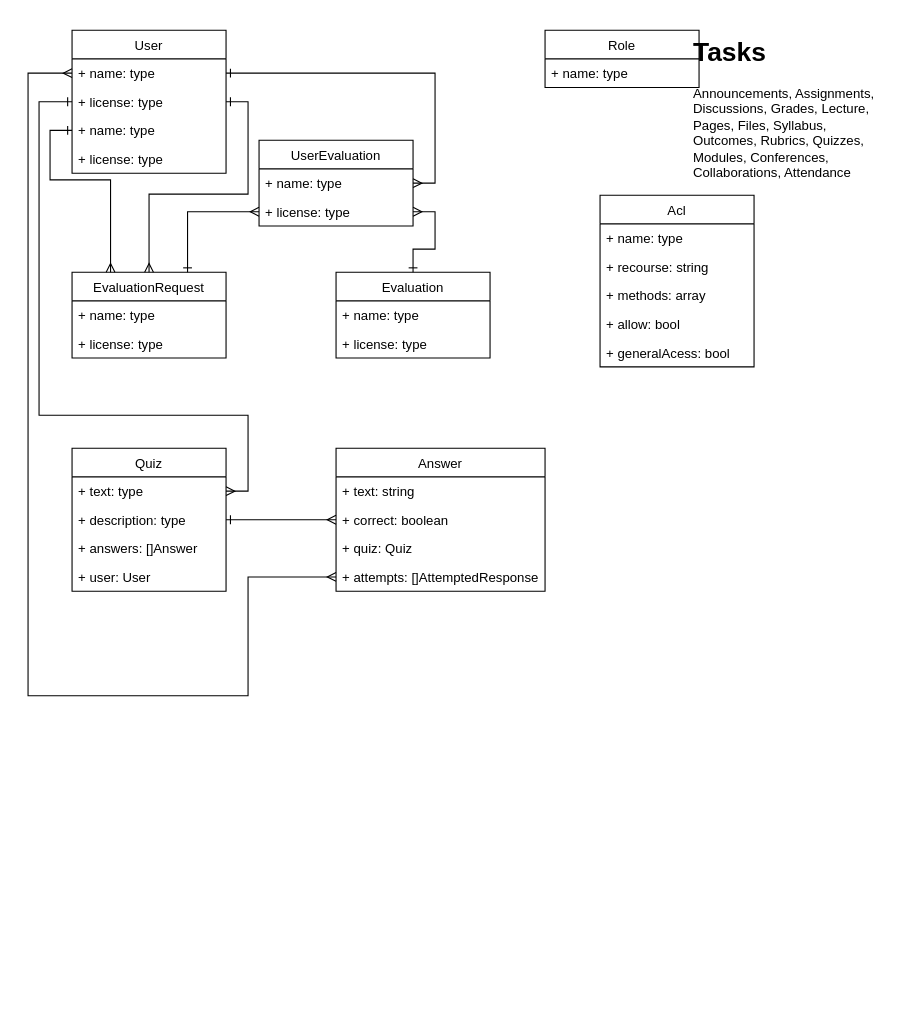
The draw.io diagram page "Modelo dados" (1 of 4) of data/diagram.drawio in Everest4-0/Everest4.0-server, before the edit. Source tidied: cells renumbered, new cells numbered last; positions are measured from the earlier drawing's top-left corner, leaving out a move shared by most shapes. Both pictures are drawn from the tidied source at 110%, with x=0, y=0 at pixel (28, 30).
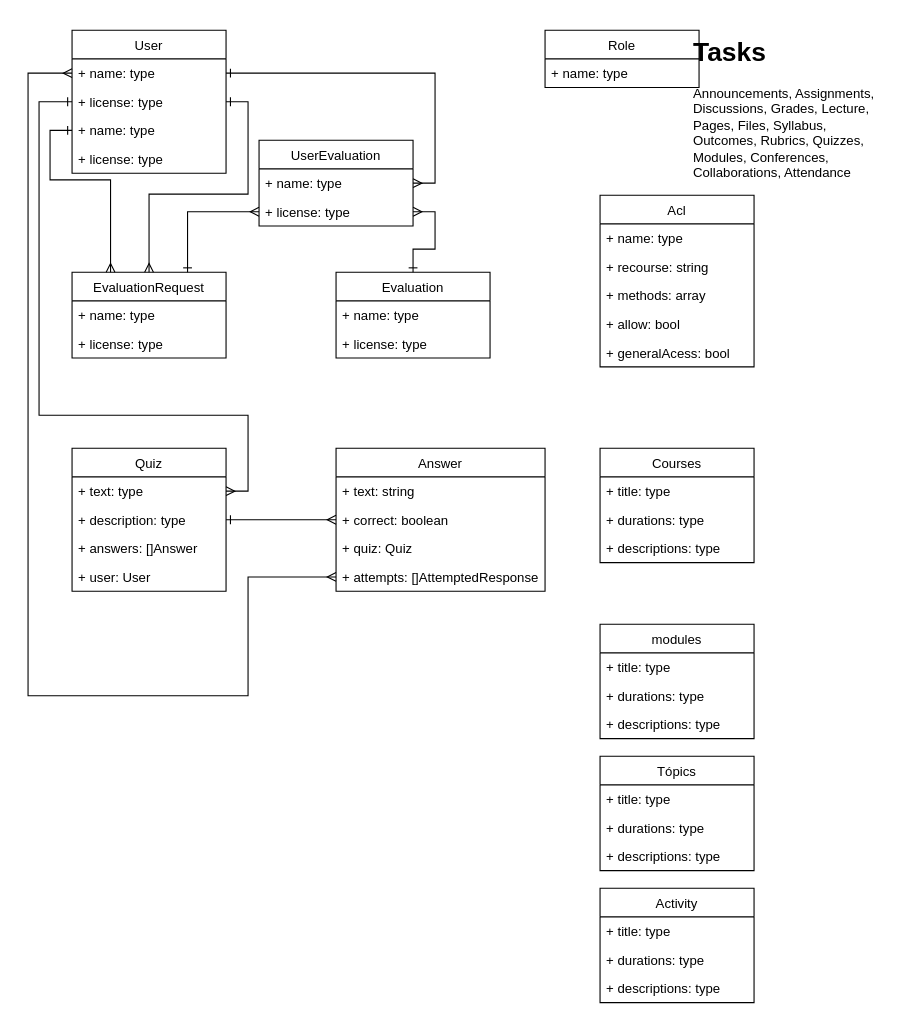
Above is the later version.

Diff of the diagram source:
```diff
@@
+    <mxCell id="43" value="Courses" style="swimlane;fontStyle=0;horizontal=1;startSize=26;fillColor=none;" parent="1" vertex="1">
+      <mxGeometry x="520" y="380" width="140" height="104" as="geometry" />
+    </mxCell>
+    <mxCell id="44" value="+ title: type" style="text;strokeColor=none;fillColor=none;align=left;verticalAlign=top;spacingLeft=4;spacingRight=4;overflow=hidden;" parent="43" vertex="1">
+      <mxGeometry y="26" width="140" height="26" as="geometry" />
+    </mxCell>
+    <mxCell id="45" value="+ durations: type" style="text;strokeColor=none;fillColor=none;align=left;verticalAlign=top;spacingLeft=4;spacingRight=4;overflow=hidden;" parent="43" vertex="1">
+      <mxGeometry y="52" width="140" height="26" as="geometry" />
+    </mxCell>
+    <mxCell id="46" value="+ descriptions: type" style="text;strokeColor=none;fillColor=none;align=left;verticalAlign=top;spacingLeft=4;spacingRight=4;overflow=hidden;" parent="43" vertex="1">
+      <mxGeometry y="78" width="140" height="26" as="geometry" />
+    </mxCell>
+    <mxCell id="47" value="Tópics" style="swimlane;fontStyle=0;horizontal=1;startSize=26;fillColor=none;" parent="1" vertex="1">
+      <mxGeometry x="520" y="660" width="140" height="104" as="geometry" />
+    </mxCell>
+    <mxCell id="48" value="+ title: type" style="text;strokeColor=none;fillColor=none;align=left;verticalAlign=top;spacingLeft=4;spacingRight=4;overflow=hidden;" parent="47" vertex="1">
+      <mxGeometry y="26" width="140" height="26" as="geometry" />
+    </mxCell>
+    <mxCell id="49" value="+ durations: type" style="text;strokeColor=none;fillColor=none;align=left;verticalAlign=top;spacingLeft=4;spacingRight=4;overflow=hidden;" parent="47" vertex="1">
+      <mxGeometry y="52" width="140" height="26" as="geometry" />
+    </mxCell>
+    <mxCell id="50" value="+ descriptions: type" style="text;strokeColor=none;fillColor=none;align=left;verticalAlign=top;spacingLeft=4;spacingRight=4;overflow=hidden;" parent="47" vertex="1">
+      <mxGeometry y="78" width="140" height="26" as="geometry" />
+    </mxCell>
+    <mxCell id="51" value="modules" style="swimlane;fontStyle=0;horizontal=1;startSize=26;fillColor=none;" parent="1" vertex="1">
+      <mxGeometry x="520" y="540" width="140" height="104" as="geometry" />
+    </mxCell>
+    <mxCell id="52" value="+ title: type" style="text;strokeColor=none;fillColor=none;align=left;verticalAlign=top;spacingLeft=4;spacingRight=4;overflow=hidden;" parent="51" vertex="1">
+      <mxGeometry y="26" width="140" height="26" as="geometry" />
+    </mxCell>
+    <mxCell id="53" value="+ durations: type" style="text;strokeColor=none;fillColor=none;align=left;verticalAlign=top;spacingLeft=4;spacingRight=4;overflow=hidden;" parent="51" vertex="1">
+      <mxGeometry y="52" width="140" height="26" as="geometry" />
+    </mxCell>
+    <mxCell id="54" value="+ descriptions: type" style="text;strokeColor=none;fillColor=none;align=left;verticalAlign=top;spacingLeft=4;spacingRight=4;overflow=hidden;" parent="51" vertex="1">
+      <mxGeometry y="78" width="140" height="26" as="geometry" />
+    </mxCell>
+    <mxCell id="55" value="Activity" style="swimlane;fontStyle=0;horizontal=1;startSize=26;fillColor=none;" parent="1" vertex="1">
+      <mxGeometry x="520" y="780" width="140" height="104" as="geometry" />
+    </mxCell>
+    <mxCell id="56" value="+ title: type" style="text;strokeColor=none;fillColor=none;align=left;verticalAlign=top;spacingLeft=4;spacingRight=4;overflow=hidden;" parent="55" vertex="1">
+      <mxGeometry y="26" width="140" height="26" as="geometry" />
+    </mxCell>
+    <mxCell id="57" value="+ durations: type" style="text;strokeColor=none;fillColor=none;align=left;verticalAlign=top;spacingLeft=4;spacingRight=4;overflow=hidden;" parent="55" vertex="1">
+      <mxGeometry y="52" width="140" height="26" as="geometry" />
+    </mxCell>
+    <mxCell id="58" value="+ descriptions: type" style="text;strokeColor=none;fillColor=none;align=left;verticalAlign=top;spacingLeft=4;spacingRight=4;overflow=hidden;" parent="55" vertex="1">
+      <mxGeometry y="78" width="140" height="26" as="geometry" />
+    </mxCell>
```
